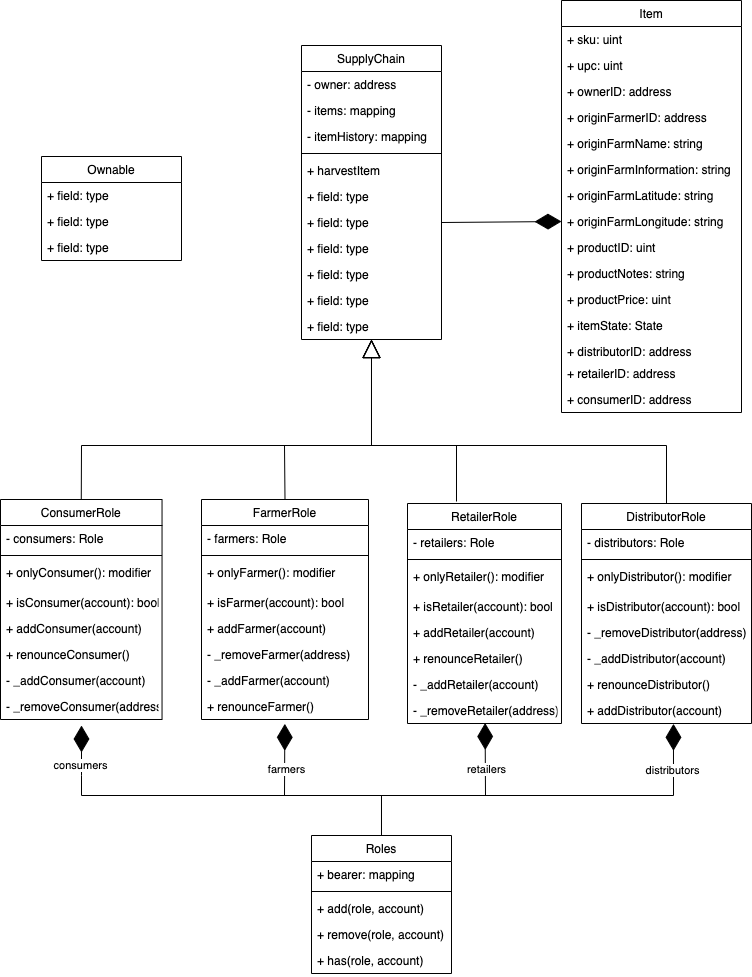
bartosz-lipinski/supplychain-mgmt keeps this draw.io diagram as images/class-diagram.png. Above is the earlier version. Source tidied: cells renumbered, new cells last; positions are measured from the earlier drawing's top-left corner, leaving out a move shared by most shapes.
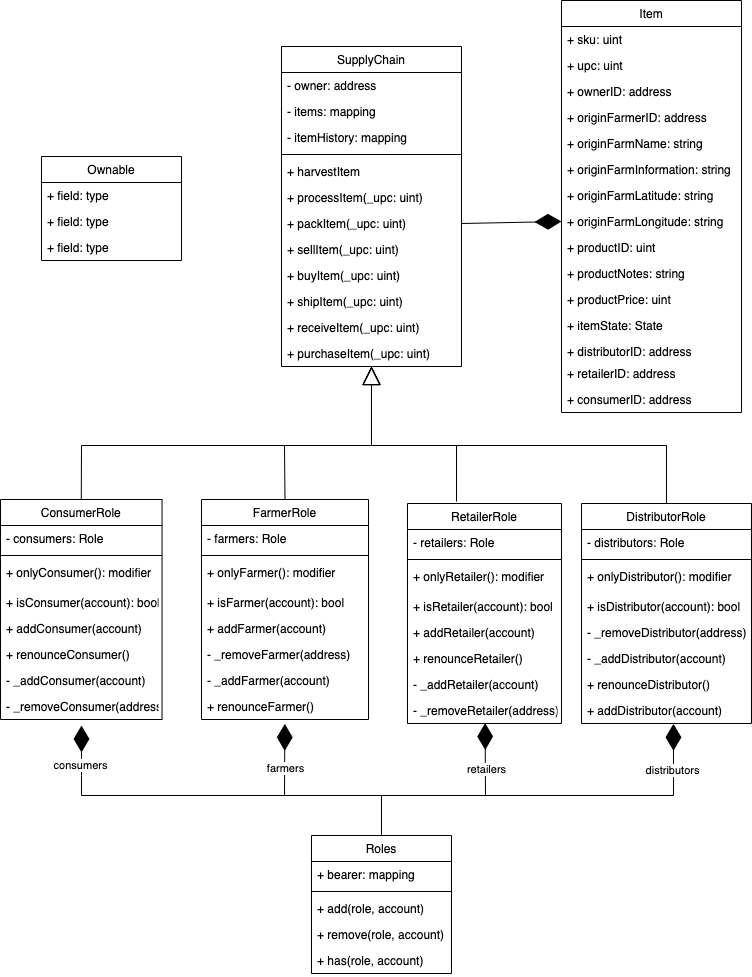
After the change.

Diff of the diagram source:
```diff
@@ -2,7 +2,7 @@
   <root>
     <mxCell id="0" />
     <mxCell id="1" parent="0" />
-    <mxCell id="2" style="endArrow=block;endSize=16;endFill=0;html=1;exitX=0.5;exitY=0;exitDx=0;exitDy=0;rounded=0;" parent="1" edge="1" source="45" target="88">
+    <mxCell id="2" style="endArrow=block;endSize=16;endFill=0;html=1;exitX=0.5;exitY=0;exitDx=0;exitDy=0;rounded=0;entryX=0.5;entryY=1;entryDx=0;entryDy=0;" parent="1" edge="1" source="45" target="77">
       <mxGeometry x="-0.35" y="-48" relative="1" as="geometry">
         <Array as="points">
           <mxPoint x="284" y="445" />
@@ -27,7 +27,7 @@
         </Array>
       </mxGeometry>
     </mxCell>
-    <mxCell id="5" style="endArrow=block;endSize=16;endFill=0;html=1;exitX=0.5;exitY=0;exitDx=0;exitDy=0;rounded=0;entryX=0.5;entryY=1.006;entryDx=0;entryDy=0;entryPerimeter=0;" parent="1" edge="1" source="27" target="88">
+    <mxCell id="5" style="endArrow=block;endSize=16;endFill=0;html=1;exitX=0.5;exitY=0;exitDx=0;exitDy=0;rounded=0;entryX=0.5;entryY=1;entryDx=0;entryDy=0;" parent="1" edge="1" source="27" target="77">
       <mxGeometry x="-0.35" y="-48" relative="1" as="geometry">
         <Array as="points">
           <mxPoint x="666" y="445" />
@@ -271,40 +271,43 @@
       <mxGeometry x="0.57" y="-1" relative="1" as="geometry" />
     </mxCell>
     <mxCell id="77" value="SupplyChain" style="swimlane;fontStyle=0;horizontal=1;startSize=26;fillColor=none;" parent="1" vertex="1">
-      <mxGeometry x="301" y="45" width="140" height="294" as="geometry" />
+      <mxGeometry x="281" y="46" width="180" height="320" as="geometry" />
     </mxCell>
     <mxCell id="78" value="- owner: address" style="text;strokeColor=none;fillColor=none;align=left;verticalAlign=top;spacingLeft=4;spacingRight=4;overflow=hidden;" parent="77" vertex="1">
-      <mxGeometry y="26" width="140" height="26" as="geometry" />
+      <mxGeometry y="26" width="180" height="26" as="geometry" />
     </mxCell>
     <mxCell id="79" value="- items: mapping" style="text;strokeColor=none;fillColor=none;align=left;verticalAlign=top;spacingLeft=4;spacingRight=4;overflow=hidden;" parent="77" vertex="1">
-      <mxGeometry y="52" width="140" height="26" as="geometry" />
+      <mxGeometry y="52" width="180" height="26" as="geometry" />
     </mxCell>
     <mxCell id="80" value="- itemHistory: mapping" style="text;strokeColor=none;fillColor=none;align=left;verticalAlign=top;spacingLeft=4;spacingRight=4;overflow=hidden;" parent="77" vertex="1">
-      <mxGeometry y="78" width="140" height="26" as="geometry" />
+      <mxGeometry y="78" width="180" height="26" as="geometry" />
     </mxCell>
     <mxCell id="81" style="line;strokeWidth=1;fillColor=none;align=left;verticalAlign=middle;spacingTop=-1;spacingLeft=3;spacingRight=3;labelPosition=right;" parent="77" vertex="1">
-      <mxGeometry y="104" width="140" height="8" as="geometry" />
+      <mxGeometry y="104" width="180" height="8" as="geometry" />
     </mxCell>
     <mxCell id="82" value="+ harvestItem" style="text;strokeColor=none;fillColor=none;align=left;verticalAlign=top;spacingLeft=4;spacingRight=4;overflow=hidden;" parent="77" vertex="1">
-      <mxGeometry y="112" width="140" height="26" as="geometry" />
+      <mxGeometry y="112" width="180" height="26" as="geometry" />
     </mxCell>
-    <mxCell id="83" value="+ field: type" style="text;strokeColor=none;fillColor=none;align=left;verticalAlign=top;spacingLeft=4;spacingRight=4;overflow=hidden;" parent="77" vertex="1">
-      <mxGeometry y="138" width="140" height="26" as="geometry" />
+    <mxCell id="83" value="+ processItem(_upc: uint)" style="text;strokeColor=none;fillColor=none;align=left;verticalAlign=top;spacingLeft=4;spacingRight=4;overflow=hidden;" parent="77" vertex="1">
+      <mxGeometry y="138" width="180" height="26" as="geometry" />
     </mxCell>
-    <mxCell id="84" value="+ field: type" style="text;strokeColor=none;fillColor=none;align=left;verticalAlign=top;spacingLeft=4;spacingRight=4;overflow=hidden;points=[[0,0.5],[1,0.5]];portConstraint=eastwest;" parent="77" vertex="1">
-      <mxGeometry y="164" width="140" height="26" as="geometry" />
+    <mxCell id="84" value="+ packItem(_upc: uint)" style="text;strokeColor=none;fillColor=none;align=left;verticalAlign=top;spacingLeft=4;spacingRight=4;overflow=hidden;points=[[0,0.5],[1,0.5]];portConstraint=eastwest;" parent="77" vertex="1">
+      <mxGeometry y="164" width="180" height="26" as="geometry" />
     </mxCell>
-    <mxCell id="85" value="+ field: type" style="text;strokeColor=none;fillColor=none;align=left;verticalAlign=top;spacingLeft=4;spacingRight=4;overflow=hidden;" parent="77" vertex="1">
-      <mxGeometry y="190" width="140" height="26" as="geometry" />
+    <mxCell id="85" value="+ sellItem(_upc: uint)" style="text;strokeColor=none;fillColor=none;align=left;verticalAlign=top;spacingLeft=4;spacingRight=4;overflow=hidden;" parent="77" vertex="1">
+      <mxGeometry y="190" width="180" height="26" as="geometry" />
     </mxCell>
-    <mxCell id="86" value="+ field: type" style="text;strokeColor=none;fillColor=none;align=left;verticalAlign=top;spacingLeft=4;spacingRight=4;overflow=hidden;" parent="77" vertex="1">
-      <mxGeometry y="216" width="140" height="26" as="geometry" />
+    <mxCell id="86" value="+ buyItem(_upc: uint)" style="text;strokeColor=none;fillColor=none;align=left;verticalAlign=top;spacingLeft=4;spacingRight=4;overflow=hidden;" parent="77" vertex="1">
+      <mxGeometry y="216" width="180" height="26" as="geometry" />
     </mxCell>
-    <mxCell id="87" value="+ field: type" style="text;strokeColor=none;fillColor=none;align=left;verticalAlign=top;spacingLeft=4;spacingRight=4;overflow=hidden;" parent="77" vertex="1">
-      <mxGeometry y="242" width="140" height="26" as="geometry" />
+    <mxCell id="87" value="+ shipItem(_upc: uint)" style="text;strokeColor=none;fillColor=none;align=left;verticalAlign=top;spacingLeft=4;spacingRight=4;overflow=hidden;" parent="77" vertex="1">
+      <mxGeometry y="242" width="180" height="26" as="geometry" />
     </mxCell>
-    <mxCell id="88" value="+ field: type" style="text;strokeColor=none;fillColor=none;align=left;verticalAlign=top;spacingLeft=4;spacingRight=4;overflow=hidden;points=[[0,0.5],[1,0.5]];portConstraint=eastwest;" parent="77" vertex="1">
-      <mxGeometry y="268" width="140" height="26" as="geometry" />
+    <mxCell id="88" value="+ receiveItem(_upc: uint)" style="text;strokeColor=none;fillColor=none;align=left;verticalAlign=top;spacingLeft=4;spacingRight=4;overflow=hidden;points=[[0,0.5],[1,0.5]];portConstraint=eastwest;" parent="77" vertex="1">
+      <mxGeometry y="268" width="180" height="26" as="geometry" />
     </mxCell>
+    <mxCell id="89" value="+ purchaseItem(_upc: uint)" style="text;strokeColor=none;fillColor=none;align=left;verticalAlign=top;spacingLeft=4;spacingRight=4;overflow=hidden;" parent="77" vertex="1">
+      <mxGeometry y="294" width="180" height="26" as="geometry" />
+    </mxCell>
   </root>
 </mxGraphModel>
```
